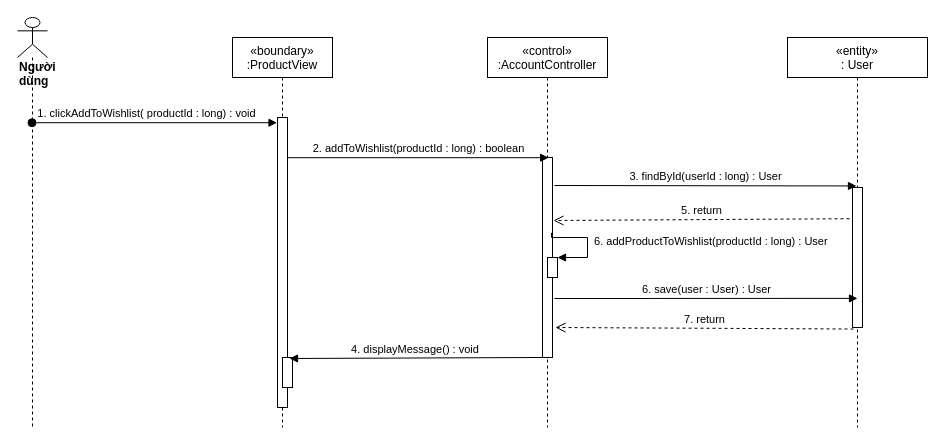
The draw.io diagram sequence diagram/add-product-to-wishlist-diagram.drawio in nguyenphamvan/datn_20202, before the edit. Source tidied: cells renumbered, new cells numbered last; positions are measured from the earlier drawing's top-left corner, leaving out a move shared by most shapes. Both pictures are drawn from the tidied source at 100%, with x=0, y=0 at pixel (17, 17).
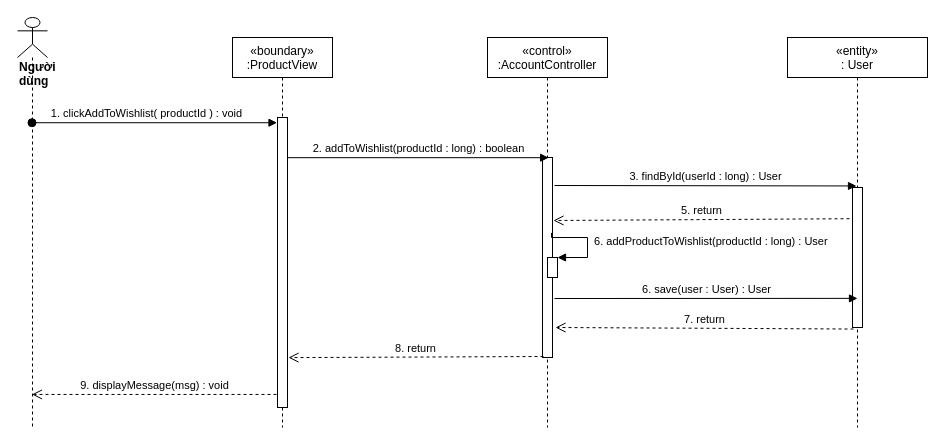
Above is the later version.

The change refers to these unchanged cells:
```xml
<mxCell id="2" value="«boundary»&#10;:ProductView" style="shape=umlLifeline;perimeter=lifelinePerimeter;rounded=0;shadow=0;strokeWidth=1;" parent="1" vertex="1">
  <mxGeometry x="215" y="20" width="100" height="390" as="geometry" />
</mxCell>
<mxCell id="3" style="points=[];perimeter=orthogonalPerimeter;rounded=0;shadow=0;strokeWidth=1;" parent="2" vertex="1">
  <mxGeometry x="45" y="80" width="10" height="290" as="geometry" />
</mxCell>
<mxCell id="6" style="points=[];perimeter=orthogonalPerimeter;rounded=0;shadow=0;strokeWidth=1;" parent="5" vertex="1">
  <mxGeometry x="55" y="120" width="10" height="200" as="geometry" />
</mxCell>
<mxCell id="7" value="&lt;div&gt;&lt;b&gt;Người dùng&lt;/b&gt;&lt;/div&gt;" style="shape=umlLifeline;participant=umlActor;perimeter=lifelinePerimeter;whiteSpace=wrap;html=1;verticalAlign=top;spacingTop=36;outlineConnect=0;align=left;" parent="1" vertex="1">
  <mxGeometry width="30" height="410" as="geometry" />
</mxCell>
```

What changed in the source:
```diff
@@
-    <mxCell id="4" style="html=1;points=[];perimeter=orthogonalPerimeter;" parent="2" vertex="1">
-      <mxGeometry x="50" y="320" width="10" height="30" as="geometry" />
-    </mxCell>
@@
-    <mxCell id="8" value="1. clickAddToWishlist( productId : long) : void" style="verticalAlign=bottom;startArrow=oval;endArrow=block;startSize=8;shadow=0;strokeWidth=1;entryX=-0.05;entryY=0.018;entryDx=0;entryDy=0;entryPerimeter=0;" parent="1" edge="1" source="7" target="3">
+    <mxCell id="8" value="1. clickAddToWishlist( productId ) : void" style="verticalAlign=bottom;startArrow=oval;endArrow=block;startSize=8;shadow=0;strokeWidth=1;entryX=-0.05;entryY=0.018;entryDx=0;entryDy=0;entryPerimeter=0;" parent="1" edge="1" source="7" target="3">
       <mxGeometry x="-0.06" relative="1" as="geometry" />
     </mxCell>
@@
-    <mxCell id="10" value="4. displayMessage() : void" style="verticalAlign=bottom;endArrow=block;shadow=0;strokeWidth=1;entryX=0.7;entryY=0.033;entryDx=0;entryDy=0;entryPerimeter=0;exitX=0;exitY=1;exitDx=0;exitDy=0;exitPerimeter=0;" parent="1" edge="1" source="6" target="4">
-      <mxGeometry relative="1" as="geometry" />
-    </mxCell>
@@
+    <mxCell id="19" value="8. return" style="html=1;verticalAlign=bottom;endArrow=open;dashed=1;endSize=8;exitX=0.1;exitY=0.995;exitDx=0;exitDy=0;exitPerimeter=0;entryX=1.1;entryY=0.828;entryDx=0;entryDy=0;entryPerimeter=0;" parent="1" edge="1" source="6" target="3">
+      <mxGeometry relative="1" as="geometry" />
+    </mxCell>
+    <mxCell id="20" value="9. displayMessage(msg) : void" style="html=1;verticalAlign=bottom;endArrow=open;dashed=1;endSize=8;exitX=-0.1;exitY=0.955;exitDx=0;exitDy=0;exitPerimeter=0;" parent="1" edge="1" source="3" target="7">
+      <mxGeometry relative="1" as="geometry" />
+    </mxCell>
```
